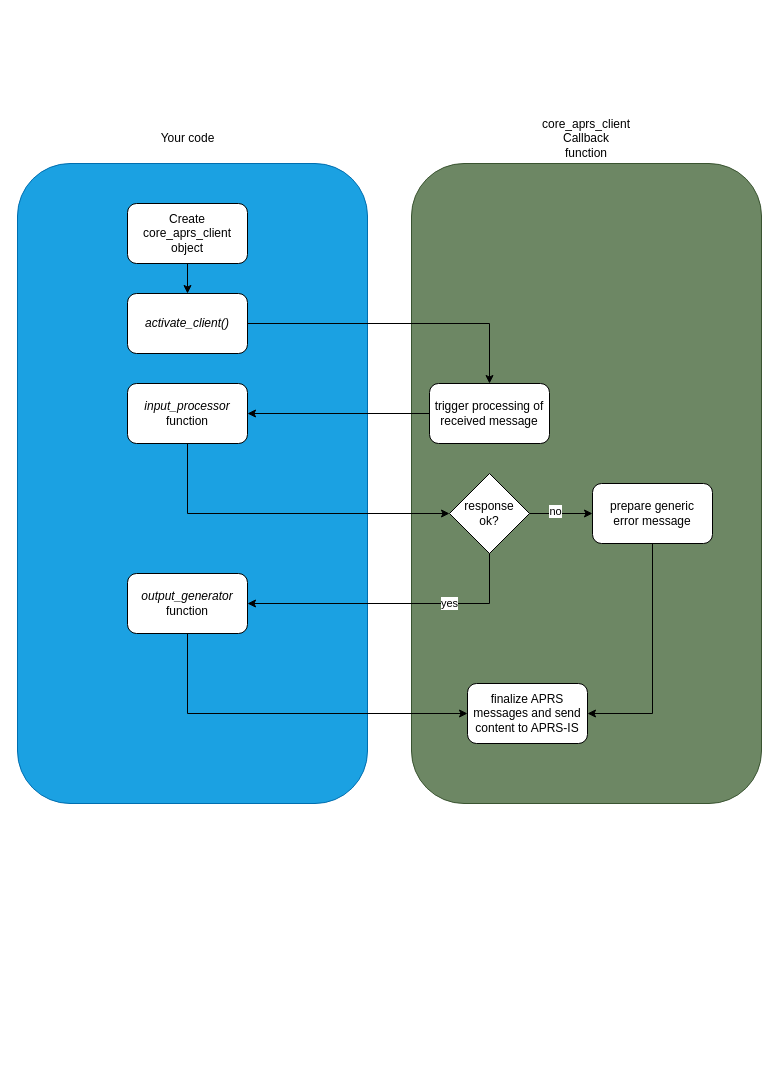
The draw.io diagram img/file_structure.drawio in joergschultzelutter/core-aprs-client, before the edit. Source tidied: cells renumbered, new cells numbered last; positions are measured from the earlier drawing's top-left corner, leaving out a move shared by most shapes. Both pictures are drawn from the tidied source at 100%, with x=0, y=0 at pixel (17, 123).
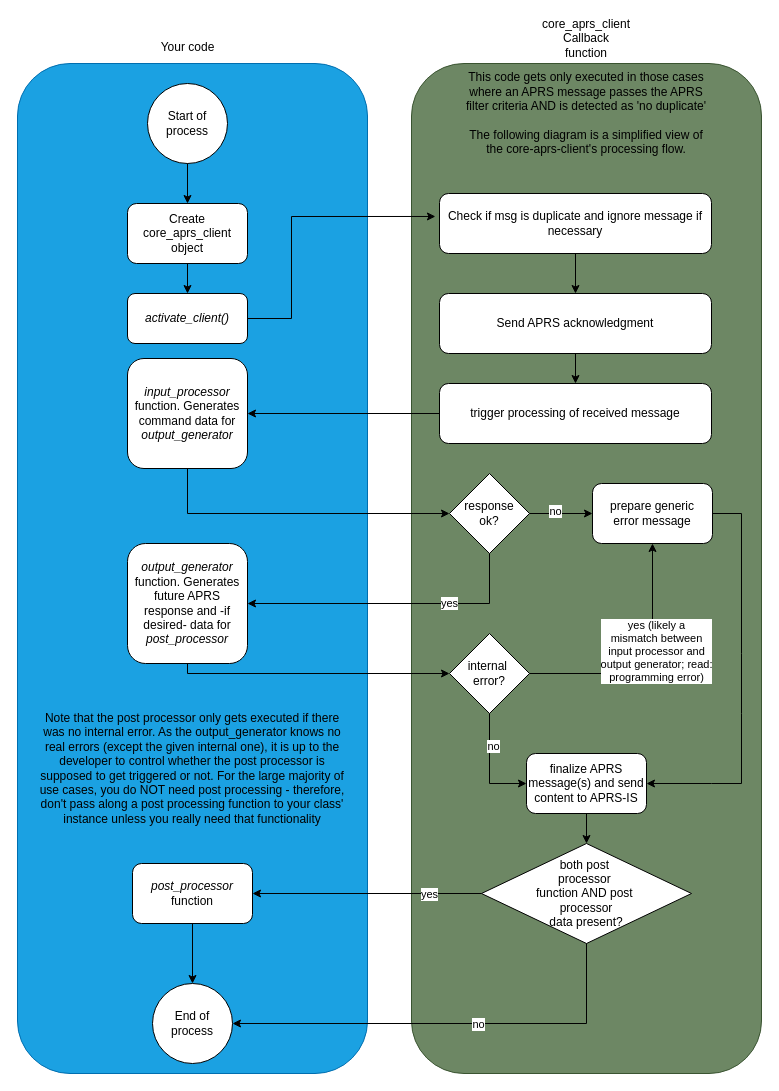
The same diagram, later.

Unchanged cells that the change refers to:
```xml
<mxCell id="6" value="Create&lt;div&gt;core_aprs_client&lt;/div&gt;&lt;div&gt;object&lt;/div&gt;" style="rounded=1;whiteSpace=wrap;html=1;" parent="1" vertex="1">
  <mxGeometry x="110" y="80" width="120" height="60" as="geometry" />
</mxCell>
<mxCell id="15" value="prepare generic&lt;div&gt;error message&lt;/div&gt;" style="rounded=1;whiteSpace=wrap;html=1;" parent="1" vertex="1">
  <mxGeometry x="575" y="360" width="120" height="60" as="geometry" />
</mxCell>
```

Diff of the diagram source:
```diff
@@
     <mxCell id="2" style="rounded=1;whiteSpace=wrap;html=1;fillColor=#1ba1e2;fontColor=#ffffff;strokeColor=#006EAF;" parent="1" vertex="1">
-      <mxGeometry y="40" width="350" height="640" as="geometry" />
+      <mxGeometry y="-60" width="350" height="1010" as="geometry" />
     </mxCell>
     <mxCell id="3" value="Your code" style="text;html=1;align=center;verticalAlign=middle;strokeColor=none;fillColor=none;" parent="1" vertex="1">
-      <mxGeometry x="130" width="80" height="30" as="geometry" />
+      <mxGeometry x="130" y="-91" width="80" height="30" as="geometry" />
     </mxCell>
     <mxCell id="4" style="rounded=1;whiteSpace=wrap;html=1;fillColor=#6d8764;fontColor=#ffffff;strokeColor=#3A5431;" parent="1" vertex="1">
-      <mxGeometry x="394" y="40" width="350" height="640" as="geometry" />
+      <mxGeometry x="394" y="-60" width="350" height="1010" as="geometry" />
     </mxCell>
     <mxCell id="5" value="core_aprs_client&lt;div&gt;Callback function&lt;/div&gt;" style="text;html=1;align=center;verticalAlign=middle;whiteSpace=wrap;rounded=0;" parent="1" vertex="1">
-      <mxGeometry x="539" width="60" height="30" as="geometry" />
+      <mxGeometry x="539" y="-100" width="60" height="30" as="geometry" />
     </mxCell>
@@
     <mxCell id="7" value="&lt;i&gt;activate_client()&lt;/i&gt;" style="rounded=1;whiteSpace=wrap;html=1;" parent="1" vertex="1">
-      <mxGeometry x="110" y="170" width="120" height="60" as="geometry" />
+      <mxGeometry x="110" y="170" width="120" height="50" as="geometry" />
     </mxCell>
-    <mxCell id="8" value="&lt;i&gt;input_processor&lt;/i&gt;&lt;div&gt;function&lt;/div&gt;" style="rounded=1;whiteSpace=wrap;html=1;" parent="1" vertex="1">
-      <mxGeometry x="110" y="260" width="120" height="60" as="geometry" />
+    <mxCell id="8" value="&lt;i&gt;input_processor&lt;/i&gt;&lt;div&gt;function. Generates command data for &lt;i&gt;output_generator&lt;/i&gt;&lt;/div&gt;" style="rounded=1;whiteSpace=wrap;html=1;" parent="1" vertex="1">
+      <mxGeometry x="110" y="235" width="120" height="110" as="geometry" />
     </mxCell>
@@
-    <mxCell id="10" style="endArrow=classic;html=1;rounded=0;exitX=1;exitY=0.5;exitDx=0;exitDy=0;entryX=0.5;entryY=0;entryDx=0;entryDy=0;" parent="1" edge="1" source="7" target="11">
-      <mxGeometry relative="1" as="geometry">
-        <Array as="points">
-          <mxPoint x="472" y="200" />
-        </Array>
-      </mxGeometry>
-    </mxCell>
     <mxCell id="11" value="trigger processing of received message" style="rounded=1;whiteSpace=wrap;html=1;" parent="1" vertex="1">
-      <mxGeometry x="412" y="260" width="120" height="60" as="geometry" />
+      <mxGeometry x="422" y="260" width="272" height="60" as="geometry" />
     </mxCell>
@@
-    <mxCell id="18" value="&lt;i&gt;output_generator&lt;/i&gt; function" style="rounded=1;whiteSpace=wrap;html=1;" parent="1" vertex="1">
-      <mxGeometry x="110" y="450" width="120" height="60" as="geometry" />
+    <mxCell id="18" value="&lt;i&gt;output_generator&lt;/i&gt; function. Generates future APRS response and -if desired- data for &lt;i&gt;post_processor&lt;/i&gt;" style="rounded=1;whiteSpace=wrap;html=1;" parent="1" vertex="1">
+      <mxGeometry x="110" y="420" width="120" height="120" as="geometry" />
     </mxCell>
@@
-    <mxCell id="21" value="finalize APRS messages and send content to APRS-IS" style="rounded=1;whiteSpace=wrap;html=1;" parent="1" vertex="1">
-      <mxGeometry x="450" y="560" width="120" height="60" as="geometry" />
+    <mxCell id="21" value="finalize APRS message(s) and send content to APRS-IS" style="rounded=1;whiteSpace=wrap;html=1;" parent="1" vertex="1">
+      <mxGeometry x="509" y="630" width="120" height="60" as="geometry" />
     </mxCell>
+    <mxCell id="24" value="internal&amp;nbsp;&lt;div&gt;error?&lt;/div&gt;" style="rhombus;whiteSpace=wrap;html=1;" parent="1" vertex="1">
+      <mxGeometry x="432" y="510" width="80" height="80" as="geometry" />
+    </mxCell>
+    <mxCell id="25" style="endArrow=classic;html=1;rounded=0;exitX=0.5;exitY=1;exitDx=0;exitDy=0;entryX=0;entryY=0.5;entryDx=0;entryDy=0;" parent="1" edge="1" source="18" target="24">
+      <mxGeometry relative="1" as="geometry">
+        <Array as="points">
+          <mxPoint x="170" y="550" />
+        </Array>
+      </mxGeometry>
+    </mxCell>
+    <mxCell id="26" style="endArrow=classic;html=1;rounded=0;exitX=1;exitY=0.5;exitDx=0;exitDy=0;entryX=0.5;entryY=1;entryDx=0;entryDy=0;" parent="1" edge="1" source="24" target="15">
+      <mxGeometry relative="1" as="geometry">
+        <Array as="points">
+          <mxPoint x="635" y="550" />
+        </Array>
+      </mxGeometry>
+    </mxCell>
+    <mxCell id="27" value="yes (likely a&lt;div&gt;mismatch between&lt;/div&gt;&lt;div&gt;input processor and&lt;/div&gt;&lt;div&gt;output generator; read:&lt;/div&gt;&lt;div&gt;programming error)&lt;/div&gt;" style="edgeLabel;html=1;align=center;verticalAlign=middle;" parent="26" vertex="1">
+      <mxGeometry x="0.38" y="-3" relative="1" as="geometry">
+        <mxPoint y="29" as="offset" />
+      </mxGeometry>
+    </mxCell>
+    <mxCell id="28" style="endArrow=classic;html=1;rounded=0;entryX=0;entryY=0.5;entryDx=0;entryDy=0;exitX=0.5;exitY=1;exitDx=0;exitDy=0;" parent="1" edge="1" source="24" target="21">
+      <mxGeometry relative="1" as="geometry">
+        <Array as="points">
+          <mxPoint x="472" y="660" />
+        </Array>
+      </mxGeometry>
+    </mxCell>
+    <mxCell id="29" value="no" style="edgeLabel;html=1;align=center;verticalAlign=middle;" parent="28" vertex="1">
+      <mxGeometry x="-0.4" y="3" relative="1" as="geometry" />
+    </mxCell>
-    <mxCell id="22" style="endArrow=classic;html=1;rounded=0;entryX=1;entryY=0.5;entryDx=0;entryDy=0;exitX=0.5;exitY=1;exitDx=0;exitDy=0;" parent="1" edge="1" source="15" target="21">
+    <mxCell id="22" style="endArrow=classic;html=1;rounded=0;entryX=1;entryY=0.5;entryDx=0;entryDy=0;exitX=1;exitY=0.5;exitDx=0;exitDy=0;" parent="1" edge="1" source="15" target="21">
       <mxGeometry relative="1" as="geometry">
         <Array as="points">
-          <mxPoint x="635" y="590" />
+          <mxPoint x="724" y="390" />
+          <mxPoint x="724" y="530" />
+          <mxPoint x="724" y="590" />
+          <mxPoint x="724" y="660" />
+          <mxPoint x="694" y="660" />
         </Array>
       </mxGeometry>
     </mxCell>
-    <mxCell id="23" style="endArrow=classic;html=1;rounded=0;entryX=0;entryY=0.5;entryDx=0;entryDy=0;exitX=0.5;exitY=1;exitDx=0;exitDy=0;" parent="1" edge="1" source="18" target="21">
-      <mxGeometry relative="1" as="geometry">
-        <Array as="points">
-          <mxPoint x="170" y="590" />
-        </Array>
-      </mxGeometry>
-    </mxCell>
+    <mxCell id="30" value="both post&amp;nbsp;&lt;div&gt;processor&amp;nbsp;&lt;div&gt;function&amp;nbsp;&lt;span style=&quot;background-color: initial;&quot;&gt;AND post&amp;nbsp;&lt;/span&gt;&lt;div&gt;processor&lt;/div&gt;&lt;div&gt;data present?&lt;/div&gt;&lt;/div&gt;&lt;/div&gt;" style="rhombus;whiteSpace=wrap;html=1;" parent="1" vertex="1">
+      <mxGeometry x="464" y="720" width="210" height="100" as="geometry" />
+    </mxCell>
+    <mxCell id="31" style="endArrow=classic;html=1;rounded=0;entryX=0.5;entryY=0;entryDx=0;entryDy=0;exitX=0.5;exitY=1;exitDx=0;exitDy=0;" parent="1" edge="1" source="21" target="30">
+      <mxGeometry relative="1" as="geometry" />
+    </mxCell>
+    <mxCell id="32" value="&lt;i&gt;post_processor&lt;/i&gt; function" style="rounded=1;whiteSpace=wrap;html=1;" parent="1" vertex="1">
+      <mxGeometry x="115" y="740" width="120" height="60" as="geometry" />
+    </mxCell>
+    <mxCell id="33" value="End of process" style="ellipse;whiteSpace=wrap;html=1;" parent="1" vertex="1">
+      <mxGeometry x="135" y="860" width="80" height="80" as="geometry" />
+    </mxCell>
+    <mxCell id="34" value="Start of process" style="ellipse;whiteSpace=wrap;html=1;" parent="1" vertex="1">
+      <mxGeometry x="130" y="-40" width="80" height="80" as="geometry" />
+    </mxCell>
+    <mxCell id="35" style="endArrow=classic;html=1;rounded=0;entryX=0.5;entryY=0;entryDx=0;entryDy=0;exitX=0.5;exitY=1;exitDx=0;exitDy=0;" parent="1" edge="1" source="34" target="6">
+      <mxGeometry relative="1" as="geometry" />
+    </mxCell>
+    <mxCell id="36" style="endArrow=classic;html=1;rounded=0;entryX=1;entryY=0.5;entryDx=0;entryDy=0;exitX=0;exitY=0.5;exitDx=0;exitDy=0;" parent="1" edge="1" source="30" target="32">
+      <mxGeometry relative="1" as="geometry" />
+    </mxCell>
+    <mxCell id="37" value="yes" style="edgeLabel;html=1;align=center;verticalAlign=middle;" parent="36" vertex="1">
+      <mxGeometry x="-0.54" relative="1" as="geometry" />
+    </mxCell>
+    <mxCell id="38" style="endArrow=classic;html=1;rounded=0;entryX=1;entryY=0.5;entryDx=0;entryDy=0;exitX=0.5;exitY=1;exitDx=0;exitDy=0;" parent="1" edge="1" source="30" target="33">
+      <mxGeometry relative="1" as="geometry">
+        <Array as="points">
+          <mxPoint x="569" y="900" />
+        </Array>
+      </mxGeometry>
+    </mxCell>
+    <mxCell id="39" value="no" style="edgeLabel;html=1;align=center;verticalAlign=middle;" parent="38" vertex="1">
+      <mxGeometry x="-0.13" relative="1" as="geometry" />
+    </mxCell>
+    <mxCell id="40" style="endArrow=classic;html=1;rounded=0;entryX=0.5;entryY=0;entryDx=0;entryDy=0;exitX=0.5;exitY=1;exitDx=0;exitDy=0;" parent="1" edge="1" source="32" target="33">
+      <mxGeometry relative="1" as="geometry" />
+    </mxCell>
+    <mxCell id="41" value="This code gets only executed in those cases&lt;div&gt;where an APRS message passes the APRS&lt;/div&gt;&lt;div&gt;filter criteria AND is detected as 'no duplicate'&lt;/div&gt;&lt;div&gt;&lt;br&gt;&lt;/div&gt;&lt;div&gt;The following diagram is a simplified view of the core-aprs-client's processing flow.&lt;/div&gt;" style="text;html=1;align=center;verticalAlign=middle;whiteSpace=wrap;rounded=0;" parent="1" vertex="1">
+      <mxGeometry x="444" y="-40" width="250" height="60" as="geometry" />
+    </mxCell>
+    <mxCell id="42" value="Check if msg is duplicate and ignore message if necessary" style="rounded=1;whiteSpace=wrap;html=1;" parent="1" vertex="1">
+      <mxGeometry x="422" y="70" width="272" height="60" as="geometry" />
+    </mxCell>
+    <mxCell id="43" value="Send APRS acknowledgment" style="rounded=1;whiteSpace=wrap;html=1;" parent="1" vertex="1">
+      <mxGeometry x="422" y="170" width="272" height="60" as="geometry" />
+    </mxCell>
+    <mxCell id="44" style="endArrow=classic;html=1;rounded=0;entryX=-0.015;entryY=0.383;entryDx=0;entryDy=0;exitX=1;exitY=0.5;exitDx=0;exitDy=0;entryPerimeter=0;" parent="1" edge="1" source="7" target="42">
+      <mxGeometry relative="1" as="geometry">
+        <Array as="points">
+          <mxPoint x="274" y="195" />
+          <mxPoint x="274" y="93" />
+        </Array>
+      </mxGeometry>
+    </mxCell>
+    <mxCell id="45" style="endArrow=classic;html=1;rounded=0;entryX=0.5;entryY=0;entryDx=0;entryDy=0;exitX=0.5;exitY=1;exitDx=0;exitDy=0;" parent="1" edge="1" source="42" target="43">
+      <mxGeometry relative="1" as="geometry" />
+    </mxCell>
+    <mxCell id="46" style="endArrow=classic;html=1;rounded=0;entryX=0.5;entryY=0;entryDx=0;entryDy=0;exitX=0.5;exitY=1;exitDx=0;exitDy=0;" parent="1" edge="1" source="43" target="11">
+      <mxGeometry relative="1" as="geometry" />
+    </mxCell>
+    <mxCell id="47" value="Note that the post processor only gets executed if there was no internal error. As the output_generator knows no real errors (except the given internal one), it is up to the developer to control whether the post processor is supposed to get triggered or not. For the large majority of use cases, you do NOT need post processing - therefore, don't pass along a post processing function to your class' instance unless you really need that functionality" style="text;html=1;align=center;verticalAlign=middle;whiteSpace=wrap;rounded=0;" parent="1" vertex="1">
+      <mxGeometry x="15" y="630" width="320" height="30" as="geometry" />
+    </mxCell>
```
